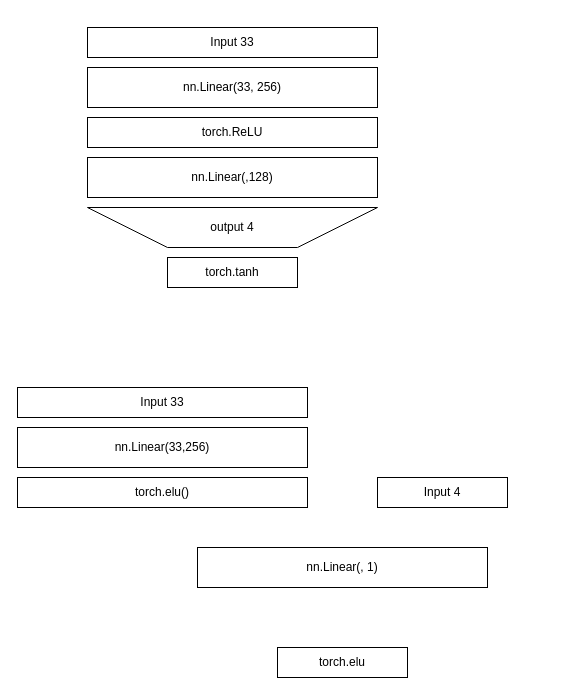
This is p2_nn_actor.drawio from asiopueo/udacity-rl-p2, a draw.io file, before an edit. Source tidied: cells renumbered, new cells numbered last; positions are measured from the earlier drawing's top-left corner, leaving out a move shared by most shapes. Both pictures are drawn from the tidied source at 100%, with x=0, y=0 at pixel (17, 27).
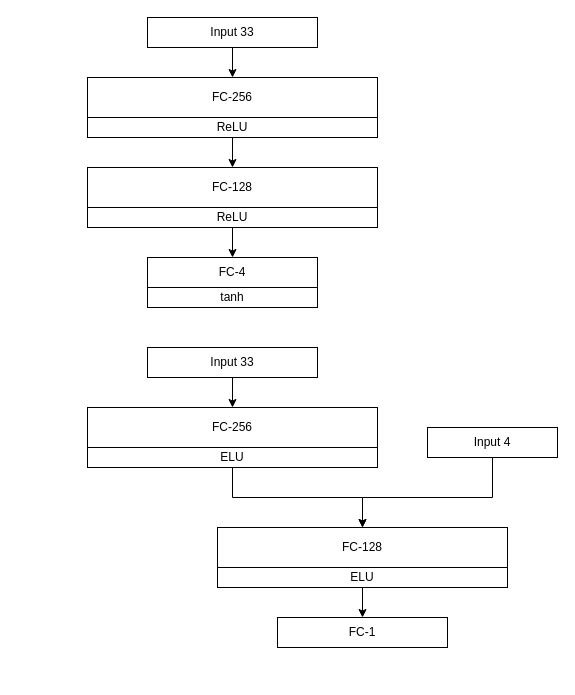
The same diagram, later.

Commit message (it also covers changes not shown here):
Redrawn diagrams

The edit, as a diff of the source:
```diff
@@
-    <mxCell id="2" value="nn.Linear(33, 256)" style="rounded=0;whiteSpace=wrap;html=1;" parent="1" vertex="1">
-      <mxGeometry x="70" y="40" width="290" height="40" as="geometry" />
+    <mxCell id="2" value="FC-256" style="rounded=0;whiteSpace=wrap;html=1;" parent="1" vertex="1">
+      <mxGeometry x="70" y="50" width="290" height="40" as="geometry" />
     </mxCell>
+    <mxCell id="14" style="edgeStyle=orthogonalEdgeStyle;rounded=0;jettySize=auto;html=1;exitX=0.5;exitY=1;exitDx=0;exitDy=0;entryX=0.5;entryY=0;entryDx=0;entryDy=0;strokeWidth=1;" parent="1" edge="1" source="3" target="4">
+      <mxGeometry relative="1" as="geometry" />
+    </mxCell>
-    <mxCell id="3" value="torch.ReLU" style="rounded=0;whiteSpace=wrap;html=1;" parent="1" vertex="1">
-      <mxGeometry x="70" y="90" width="290" height="30" as="geometry" />
+    <mxCell id="3" value="ReLU" style="rounded=0;whiteSpace=wrap;html=1;" parent="1" vertex="1">
+      <mxGeometry x="70" y="90" width="290" height="20" as="geometry" />
     </mxCell>
-    <mxCell id="4" value="nn.Linear(,128)" style="rounded=0;whiteSpace=wrap;html=1;" parent="1" vertex="1">
-      <mxGeometry x="70" y="130" width="290" height="40" as="geometry" />
+    <mxCell id="4" value="FC-128" style="rounded=0;whiteSpace=wrap;html=1;" parent="1" vertex="1">
+      <mxGeometry x="70" y="140" width="290" height="40" as="geometry" />
     </mxCell>
-    <mxCell id="5" value="torch.tanh" style="rounded=0;whiteSpace=wrap;html=1;" parent="1" vertex="1">
-      <mxGeometry x="150" y="230" width="130" height="30" as="geometry" />
+    <mxCell id="5" value="FC-4" style="rounded=0;whiteSpace=wrap;html=1;" parent="1" vertex="1">
+      <mxGeometry x="130" y="230" width="170" height="30" as="geometry" />
     </mxCell>
-    <mxCell id="6" value="output 4" style="shape=trapezoid;perimeter=trapezoidPerimeter;whiteSpace=wrap;html=1;fixedSize=1;flipH=0;flipV=1;size=80;" parent="1" vertex="1">
-      <mxGeometry x="70" y="180" width="290" height="40" as="geometry" />
-    </mxCell>
+    <mxCell id="15" style="edgeStyle=orthogonalEdgeStyle;rounded=0;jettySize=auto;html=1;exitX=0.5;exitY=1;exitDx=0;exitDy=0;entryX=0.5;entryY=0;entryDx=0;entryDy=0;strokeWidth=1;" parent="1" edge="1" source="7" target="2">
+      <mxGeometry relative="1" as="geometry" />
+    </mxCell>
     <mxCell id="7" value="Input 33" style="rounded=0;whiteSpace=wrap;html=1;" parent="1" vertex="1">
-      <mxGeometry x="70" width="290" height="30" as="geometry" />
+      <mxGeometry x="130" y="-10" width="170" height="30" as="geometry" />
     </mxCell>
-    <mxCell id="8" value="nn.Linear(33,256)" style="rounded=0;whiteSpace=wrap;html=1;" parent="1" vertex="1">
-      <mxGeometry y="400" width="290" height="40" as="geometry" />
+    <mxCell id="8" value="FC-256" style="rounded=0;whiteSpace=wrap;html=1;" parent="1" vertex="1">
+      <mxGeometry x="70" y="380" width="290" height="40" as="geometry" />
     </mxCell>
+    <mxCell id="16" style="edgeStyle=orthogonalEdgeStyle;rounded=0;jettySize=auto;html=1;exitX=0.5;exitY=1;exitDx=0;exitDy=0;entryX=0.5;entryY=0;entryDx=0;entryDy=0;strokeWidth=1;" parent="1" edge="1" source="9" target="10">
+      <mxGeometry relative="1" as="geometry" />
+    </mxCell>
-    <mxCell id="9" value="torch.elu()" style="rounded=0;whiteSpace=wrap;html=1;" parent="1" vertex="1">
-      <mxGeometry y="450" width="290" height="30" as="geometry" />
+    <mxCell id="9" value="ELU" style="rounded=0;whiteSpace=wrap;html=1;" parent="1" vertex="1">
+      <mxGeometry x="70" y="420" width="290" height="20" as="geometry" />
     </mxCell>
-    <mxCell id="10" value="nn.Linear(, 1)" style="rounded=0;whiteSpace=wrap;html=1;" parent="1" vertex="1">
-      <mxGeometry x="180" y="520" width="290" height="40" as="geometry" />
+    <mxCell id="10" value="FC-128" style="rounded=0;whiteSpace=wrap;html=1;" parent="1" vertex="1">
+      <mxGeometry x="200" y="500" width="290" height="40" as="geometry" />
     </mxCell>
+    <mxCell id="17" style="edgeStyle=orthogonalEdgeStyle;rounded=0;jettySize=auto;html=1;exitX=0.5;exitY=1;exitDx=0;exitDy=0;entryX=0.5;entryY=0;entryDx=0;entryDy=0;strokeWidth=1;" parent="1" edge="1" source="11" target="24">
+      <mxGeometry relative="1" as="geometry" />
+    </mxCell>
-    <mxCell id="11" value="torch.elu" style="rounded=0;whiteSpace=wrap;html=1;" parent="1" vertex="1">
-      <mxGeometry x="260" y="620" width="130" height="30" as="geometry" />
+    <mxCell id="11" value="ELU" style="rounded=0;whiteSpace=wrap;html=1;" parent="1" vertex="1">
+      <mxGeometry x="200" y="540" width="290" height="20" as="geometry" />
     </mxCell>
+    <mxCell id="18" style="edgeStyle=orthogonalEdgeStyle;rounded=0;jettySize=auto;html=1;exitX=0.5;exitY=1;exitDx=0;exitDy=0;entryX=0.5;entryY=0;entryDx=0;entryDy=0;strokeWidth=1;" parent="1" edge="1" source="12" target="8">
+      <mxGeometry relative="1" as="geometry" />
+    </mxCell>
     <mxCell id="12" value="Input 33" style="rounded=0;whiteSpace=wrap;html=1;" parent="1" vertex="1">
-      <mxGeometry y="360" width="290" height="30" as="geometry" />
+      <mxGeometry x="130" y="320" width="170" height="30" as="geometry" />
     </mxCell>
+    <mxCell id="19" style="edgeStyle=orthogonalEdgeStyle;rounded=0;jettySize=auto;html=1;exitX=0.5;exitY=1;exitDx=0;exitDy=0;entryX=0.5;entryY=0;entryDx=0;entryDy=0;strokeWidth=1;" parent="1" edge="1" source="13" target="10">
+      <mxGeometry relative="1" as="geometry">
+        <Array as="points">
+          <mxPoint x="475" y="470" />
+          <mxPoint x="345" y="470" />
+        </Array>
+      </mxGeometry>
+    </mxCell>
     <mxCell id="13" value="Input 4" style="rounded=0;whiteSpace=wrap;html=1;" parent="1" vertex="1">
-      <mxGeometry x="360" y="450" width="130" height="30" as="geometry" />
+      <mxGeometry x="410" y="400" width="130" height="30" as="geometry" />
     </mxCell>
+    <mxCell id="20" style="edgeStyle=orthogonalEdgeStyle;rounded=0;jettySize=auto;html=1;exitX=0.5;exitY=1;exitDx=0;exitDy=0;entryX=0.5;entryY=0;entryDx=0;entryDy=0;strokeWidth=1;" parent="1" edge="1" source="21" target="5">
+      <mxGeometry relative="1" as="geometry" />
+    </mxCell>
+    <mxCell id="21" value="ReLU" style="rounded=0;whiteSpace=wrap;html=1;" parent="1" vertex="1">
+      <mxGeometry x="70" y="180" width="290" height="20" as="geometry" />
+    </mxCell>
+    <mxCell id="22" value="tanh" style="rounded=0;whiteSpace=wrap;html=1;" parent="1" vertex="1">
+      <mxGeometry x="130" y="260" width="170" height="20" as="geometry" />
+    </mxCell>
+    <mxCell id="23" style="edgeStyle=orthogonalEdgeStyle;rounded=0;orthogonalLoop=1;jettySize=auto;html=1;exitX=0.5;exitY=1;exitDx=0;exitDy=0;strokeWidth=1;" parent="1" edge="1" source="11" target="11">
+      <mxGeometry relative="1" as="geometry" />
+    </mxCell>
+    <mxCell id="24" value="FC-1" style="rounded=0;whiteSpace=wrap;html=1;" parent="1" vertex="1">
+      <mxGeometry x="260" y="590" width="170" height="30" as="geometry" />
+    </mxCell>
```
